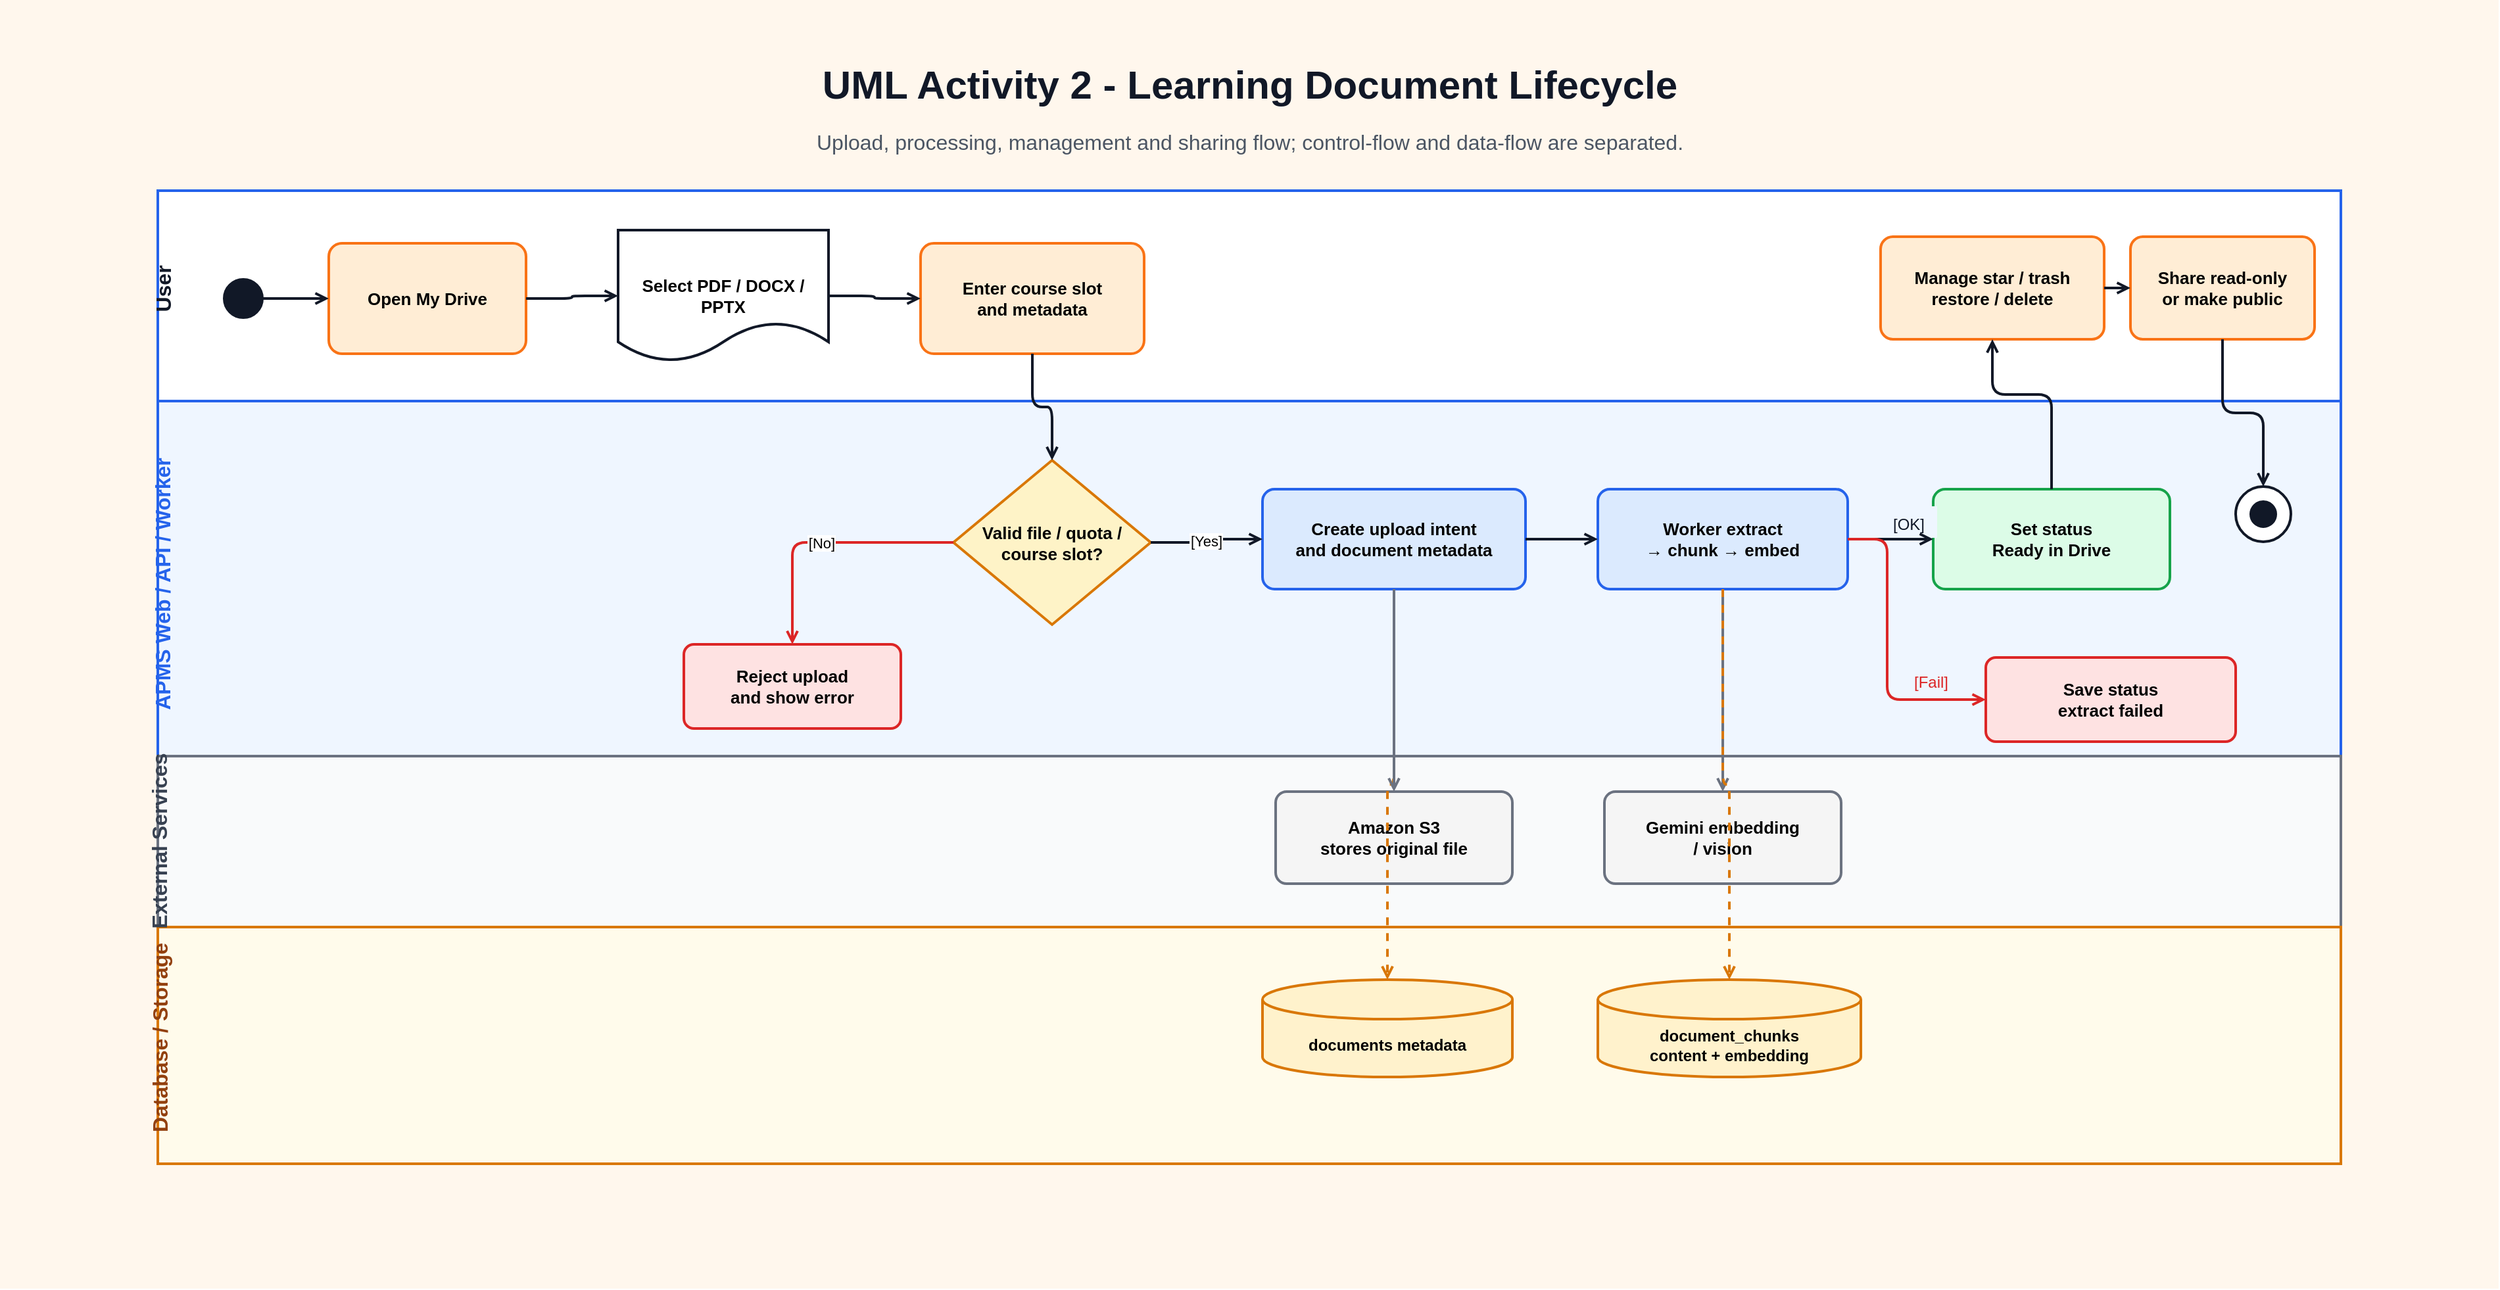
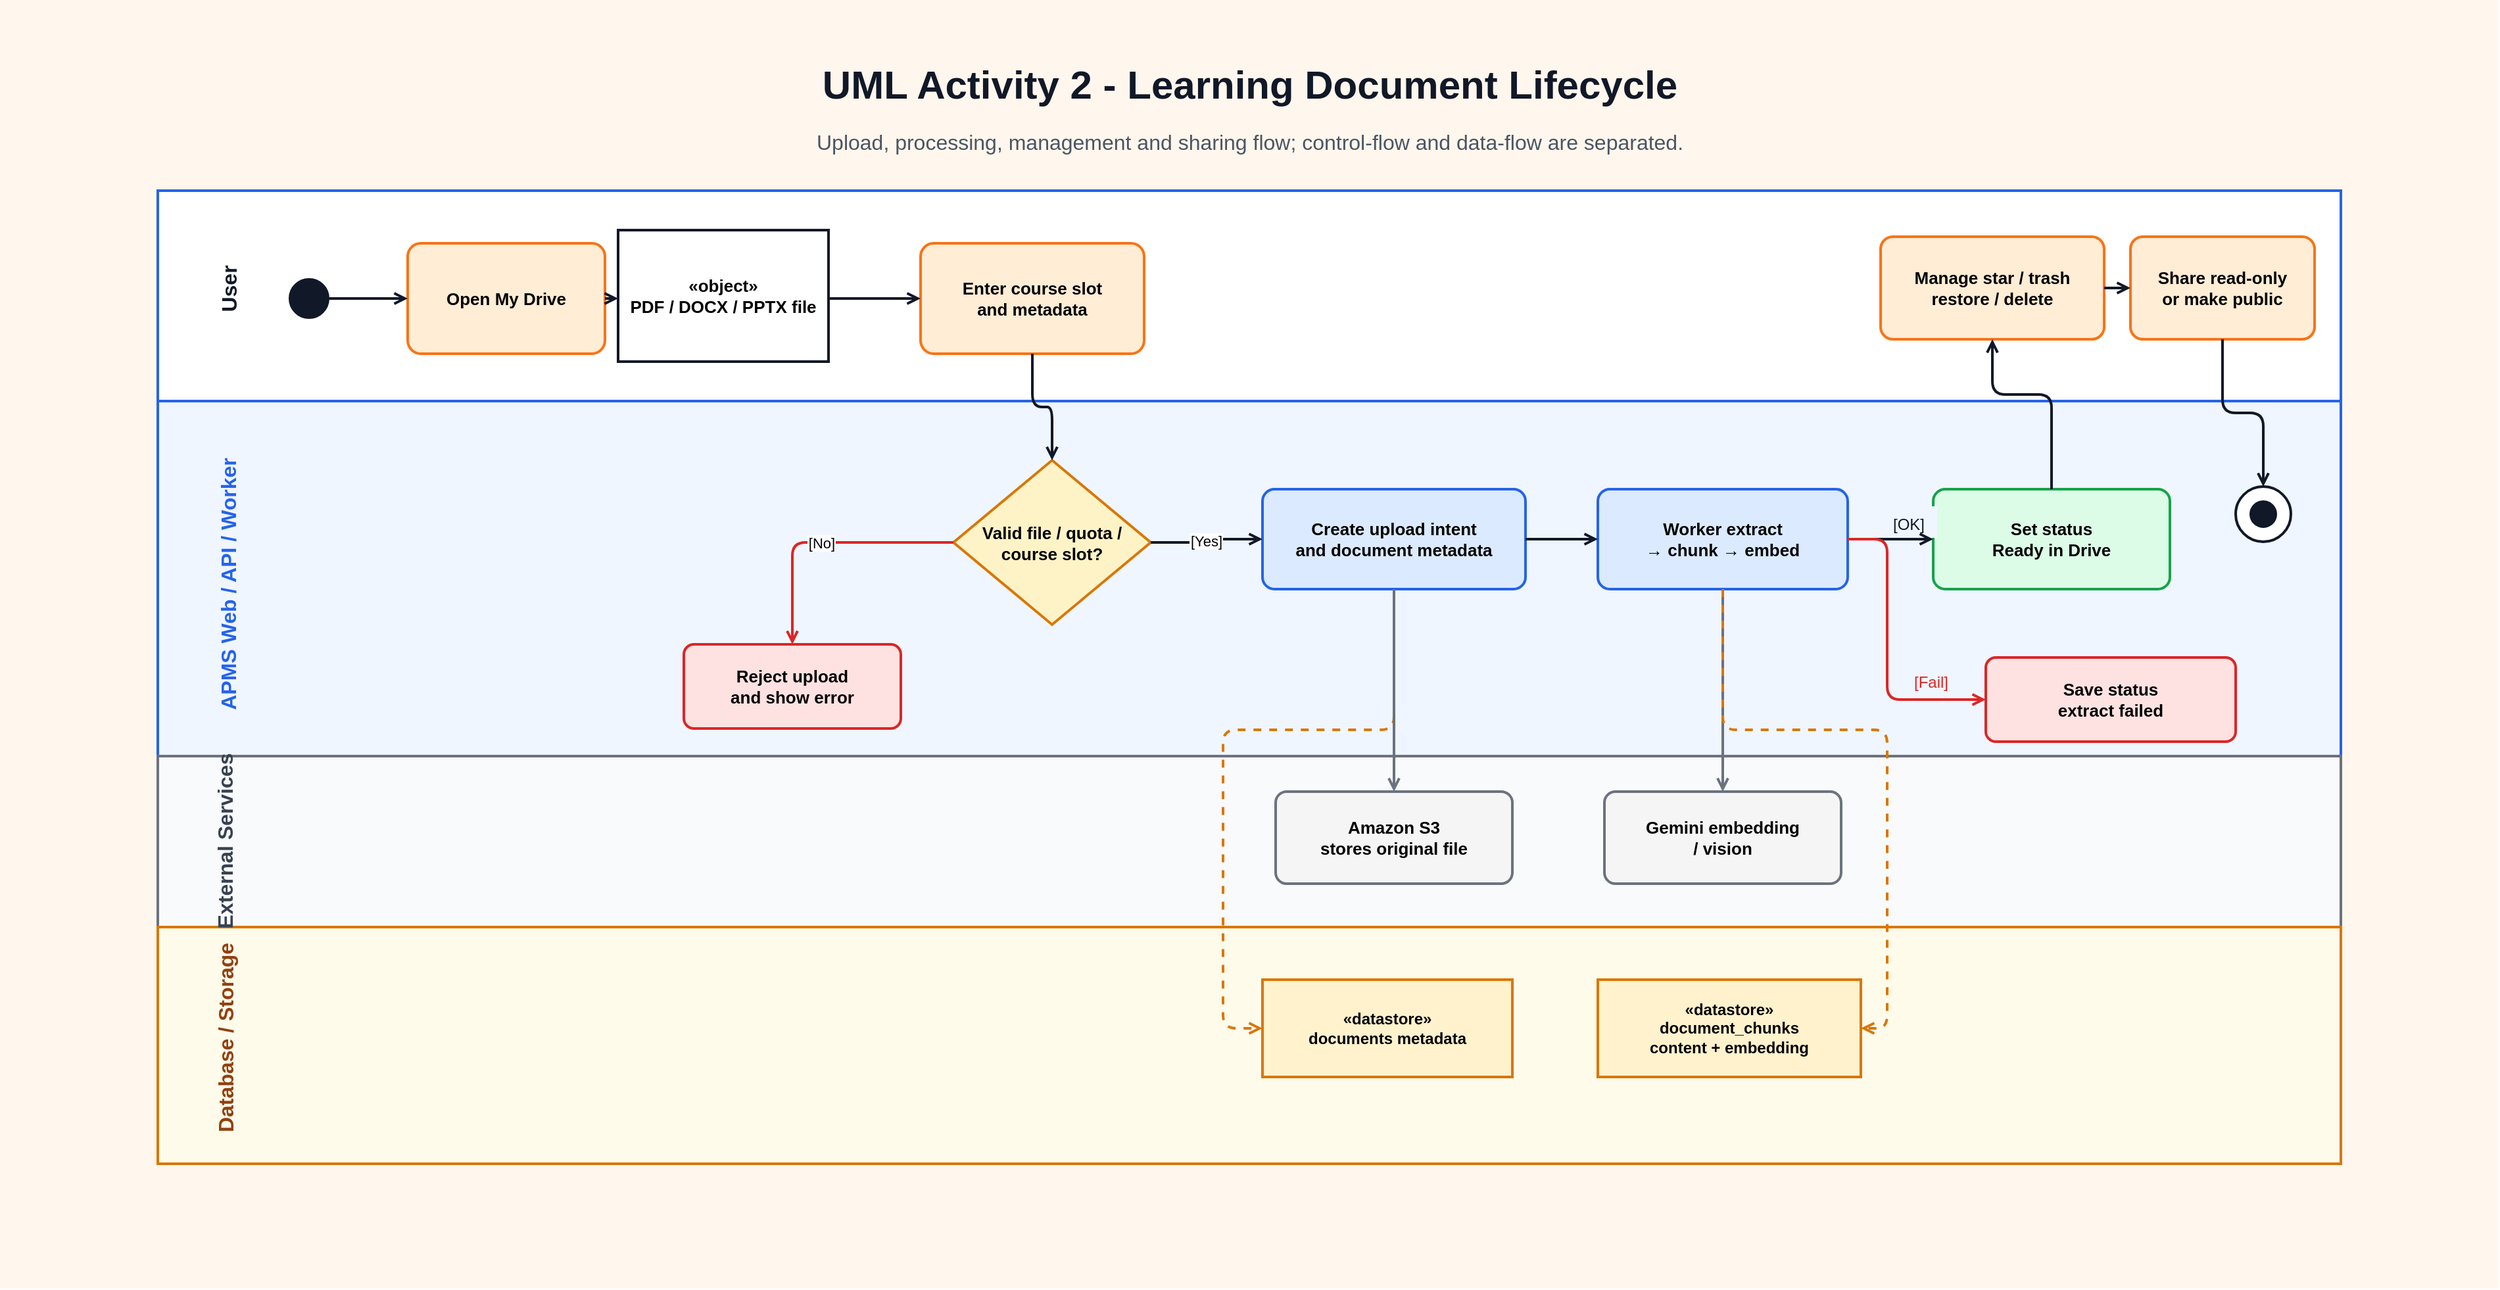
﻿<mxfile host="app.diagrams.net" modified="2026-07-16T00:00:00.000Z" agent="Codex" version="24.7.17">
  <diagram id="apms-main-flow-2-document-lifecycle-activity" name="UML Activity 2">
    <mxGraphModel dx="1900" dy="980" grid="1" gridSize="10" guides="1" tooltips="1" connect="1" arrows="1" fold="1" page="1" pageScale="1" pageWidth="1900" pageHeight="980" math="0" shadow="0">
      <root>
        <mxCell id="0" />
        <mxCell id="1" parent="0" />
        <mxCell id="bg" parent="1" style="rounded=0;whiteSpace=wrap;html=1;fillColor=#fff7ed;strokeColor=none;" value="" vertex="1"><mxGeometry x="0" y="0" width="1900" height="980" as="geometry" /></mxCell>
        <mxCell id="title" parent="1" style="text;html=1;strokeColor=none;fillColor=none;fontSize=30;fontStyle=1;fontColor=#111827;align=center;" value="UML Activity 2 - Learning Document Lifecycle" vertex="1"><mxGeometry x="300" y="40" width="1300" height="48" as="geometry" /></mxCell>
        <mxCell id="subtitle" parent="1" style="text;html=1;strokeColor=none;fillColor=none;fontSize=16;fontColor=#4b5563;align=center;" value="Upload, processing, management and sharing flow; control-flow and data-flow are separated." vertex="1"><mxGeometry x="350" y="92" width="1200" height="28" as="geometry" /></mxCell>

        <mxCell id="frame" parent="1" style="rounded=0;whiteSpace=wrap;html=1;fillColor=#ffffff;strokeColor=#111827;strokeWidth=2;" value="" vertex="1"><mxGeometry x="120" y="145" width="1660" height="740" as="geometry" /></mxCell>
        <mxCell id="laneUser" parent="1" style="rounded=0;whiteSpace=wrap;html=1;fillColor=#ffffff;strokeColor=#2563eb;strokeWidth=2;" value="" vertex="1"><mxGeometry x="120" y="145" width="1660" height="160" as="geometry" /></mxCell>
        <mxCell id="laneApms" parent="1" style="rounded=0;whiteSpace=wrap;html=1;fillColor=#eff6ff;strokeColor=#2563eb;strokeWidth=2;" value="" vertex="1"><mxGeometry x="120" y="305" width="1660" height="270" as="geometry" /></mxCell>
        <mxCell id="laneExt" parent="1" style="rounded=0;whiteSpace=wrap;html=1;fillColor=#f9fafb;strokeColor=#6b7280;strokeWidth=2;" value="" vertex="1"><mxGeometry x="120" y="575" width="1660" height="130" as="geometry" /></mxCell>
        <mxCell id="laneData" parent="1" style="rounded=0;whiteSpace=wrap;html=1;fillColor=#fffbeb;strokeColor=#d97706;strokeWidth=2;" value="" vertex="1"><mxGeometry x="120" y="705" width="1660" height="180" as="geometry" /></mxCell>
-         <mxCell id="l1" parent="1" style="text;html=1;strokeColor=none;fillColor=none;fontSize=16;fontStyle=1;fontColor=#111827;rotation=-90;align=center;" value="User" vertex="1"><mxGeometry x="78" y="205" width="90" height="30" as="geometry" /></mxCell>
-         <mxCell id="l2" parent="1" style="text;html=1;strokeColor=none;fillColor=none;fontSize=16;fontStyle=1;fontColor=#2563eb;rotation=-90;align=center;" value="APMS Web / API / Worker" vertex="1"><mxGeometry x="45" y="430" width="155" height="30" as="geometry" /></mxCell>
-         <mxCell id="l3" parent="1" style="text;html=1;strokeColor=none;fillColor=none;fontSize=16;fontStyle=1;fontColor=#374151;rotation=-90;align=center;" value="External Services" vertex="1"><mxGeometry x="72" y="625" width="96" height="30" as="geometry" /></mxCell>
-         <mxCell id="l4" parent="1" style="text;html=1;strokeColor=none;fillColor=none;fontSize=16;fontStyle=1;fontColor=#92400e;rotation=-90;align=center;" value="Database / Storage" vertex="1"><mxGeometry x="58" y="775" width="125" height="30" as="geometry" /></mxCell>
+         <mxCell id="l1" parent="1" style="text;html=1;strokeColor=none;fillColor=none;fontSize=16;fontStyle=1;fontColor=#111827;rotation=-90;align=center;" value="User" vertex="1"><mxGeometry x="128" y="205" width="90" height="30" as="geometry" /></mxCell>
+         <mxCell id="l2" parent="1" style="text;html=1;strokeColor=none;fillColor=none;fontSize=16;fontStyle=1;fontColor=#2563eb;rotation=-90;align=center;" value="APMS Web / API / Worker" vertex="1"><mxGeometry x="95" y="430" width="155" height="30" as="geometry" /></mxCell>
+         <mxCell id="l3" parent="1" style="text;html=1;strokeColor=none;fillColor=none;fontSize=16;fontStyle=1;fontColor=#374151;rotation=-90;align=center;" value="External Services" vertex="1"><mxGeometry x="122" y="625" width="96" height="30" as="geometry" /></mxCell>
+         <mxCell id="l4" parent="1" style="text;html=1;strokeColor=none;fillColor=none;fontSize=16;fontStyle=1;fontColor=#92400e;rotation=-90;align=center;" value="Database / Storage" vertex="1"><mxGeometry x="108" y="775" width="125" height="30" as="geometry" /></mxCell>

-         <mxCell id="start" parent="1" style="ellipse;html=1;shape=ellipse;fillColor=#111827;strokeColor=#111827;" value="" vertex="1"><mxGeometry x="170" y="212" width="30" height="30" as="geometry" /></mxCell>
-         <mxCell id="drive" parent="1" style="rounded=1;whiteSpace=wrap;html=1;fillColor=#ffedd5;strokeColor=#f97316;strokeWidth=2;arcSize=12;fontSize=13;fontStyle=1;" value="Open My Drive" vertex="1"><mxGeometry x="250" y="185" width="150" height="84" as="geometry" /></mxCell>
-         <mxCell id="file" parent="1" style="shape=document;whiteSpace=wrap;html=1;fillColor=#ffffff;strokeColor=#111827;strokeWidth=2;fontSize=13;fontStyle=1;" value="Select PDF / DOCX / PPTX" vertex="1"><mxGeometry x="470" y="175" width="160" height="100" as="geometry" /></mxCell>
+         <mxCell id="start" parent="1" style="ellipse;html=1;shape=ellipse;fillColor=#111827;strokeColor=#111827;" value="" vertex="1"><mxGeometry x="220" y="212" width="30" height="30" as="geometry" /></mxCell>
+         <mxCell id="drive" parent="1" style="rounded=1;whiteSpace=wrap;html=1;fillColor=#ffedd5;strokeColor=#f97316;strokeWidth=2;arcSize=12;fontSize=13;fontStyle=1;" value="Open My Drive" vertex="1"><mxGeometry x="310" y="185" width="150" height="84" as="geometry" /></mxCell>
+         <mxCell id="file" parent="1" style="rounded=0;whiteSpace=wrap;html=1;fillColor=#ffffff;strokeColor=#111827;strokeWidth=2;fontSize=13;fontStyle=1;" value="&amp;laquo;object&amp;raquo;&lt;br&gt;PDF / DOCX / PPTX file" vertex="1"><mxGeometry x="470" y="175" width="160" height="100" as="geometry" /></mxCell>
        <mxCell id="meta" parent="1" style="rounded=1;whiteSpace=wrap;html=1;fillColor=#ffedd5;strokeColor=#f97316;strokeWidth=2;arcSize=12;fontSize=13;fontStyle=1;" value="Enter course slot&lt;br&gt;and metadata" vertex="1"><mxGeometry x="700" y="185" width="170" height="84" as="geometry" /></mxCell>
        <mxCell id="validate" parent="1" style="rhombus;whiteSpace=wrap;html=1;fillColor=#fef3c7;strokeColor=#d97706;strokeWidth=2;fontSize=13;fontStyle=1;" value="Valid file / quota /&lt;br&gt;course slot?" vertex="1"><mxGeometry x="725" y="350" width="150" height="125" as="geometry" /></mxCell>
        <mxCell id="reject" parent="1" style="rounded=1;whiteSpace=wrap;html=1;fillColor=#fee2e2;strokeColor=#dc2626;strokeWidth=2;arcSize=12;fontSize=13;fontStyle=1;" value="Reject upload&lt;br&gt;and show error" vertex="1"><mxGeometry x="520" y="490" width="165" height="64" as="geometry" /></mxCell>
        <mxCell id="intent" parent="1" style="rounded=1;whiteSpace=wrap;html=1;fillColor=#dbeafe;strokeColor=#2563eb;strokeWidth=2;arcSize=12;fontSize=13;fontStyle=1;" value="Create upload intent&lt;br&gt;and document metadata" vertex="1"><mxGeometry x="960" y="372" width="200" height="76" as="geometry" /></mxCell>
        <mxCell id="s3" parent="1" style="rounded=1;whiteSpace=wrap;html=1;fillColor=#f5f5f5;strokeColor=#6b7280;strokeWidth=2;arcSize=12;fontSize=13;fontStyle=1;" value="Amazon S3&lt;br&gt;stores original file" vertex="1"><mxGeometry x="970" y="602" width="180" height="70" as="geometry" /></mxCell>
        <mxCell id="worker" parent="1" style="rounded=1;whiteSpace=wrap;html=1;fillColor=#dbeafe;strokeColor=#2563eb;strokeWidth=2;arcSize=12;fontSize=13;fontStyle=1;" value="Worker extract&lt;br&gt;→ chunk → embed" vertex="1"><mxGeometry x="1215" y="372" width="190" height="76" as="geometry" /></mxCell>
        <mxCell id="gemini" parent="1" style="rounded=1;whiteSpace=wrap;html=1;fillColor=#f5f5f5;strokeColor=#6b7280;strokeWidth=2;arcSize=12;fontSize=13;fontStyle=1;" value="Gemini embedding&lt;br&gt;/ vision" vertex="1"><mxGeometry x="1220" y="602" width="180" height="70" as="geometry" /></mxCell>
        <mxCell id="ready" parent="1" style="rounded=1;whiteSpace=wrap;html=1;fillColor=#dcfce7;strokeColor=#16a34a;strokeWidth=2;arcSize=12;fontSize=13;fontStyle=1;" value="Set status&lt;br&gt;Ready in Drive" vertex="1"><mxGeometry x="1470" y="372" width="180" height="76" as="geometry" /></mxCell>
        <mxCell id="fail" parent="1" style="rounded=1;whiteSpace=wrap;html=1;fillColor=#fee2e2;strokeColor=#dc2626;strokeWidth=2;arcSize=12;fontSize=13;fontStyle=1;" value="Save status&lt;br&gt;extract failed" vertex="1"><mxGeometry x="1510" y="500" width="190" height="64" as="geometry" /></mxCell>
        <mxCell id="manage" parent="1" style="rounded=1;whiteSpace=wrap;html=1;fillColor=#ffedd5;strokeColor=#f97316;strokeWidth=2;arcSize=12;fontSize=13;fontStyle=1;" value="Manage star / trash&lt;br&gt;restore / delete" vertex="1"><mxGeometry x="1430" y="180" width="170" height="78" as="geometry" /></mxCell>
        <mxCell id="share" parent="1" style="rounded=1;whiteSpace=wrap;html=1;fillColor=#ffedd5;strokeColor=#f97316;strokeWidth=2;arcSize=12;fontSize=13;fontStyle=1;" value="Share read-only&lt;br&gt;or make public" vertex="1"><mxGeometry x="1620" y="180" width="140" height="78" as="geometry" /></mxCell>
        <mxCell id="endOuter" parent="1" style="ellipse;html=1;shape=ellipse;fillColor=#ffffff;strokeColor=#111827;strokeWidth=2;" value="" vertex="1"><mxGeometry x="1700" y="370" width="42" height="42" as="geometry" /></mxCell>
        <mxCell id="endInner" parent="1" style="ellipse;html=1;shape=ellipse;fillColor=#111827;strokeColor=#111827;" value="" vertex="1"><mxGeometry x="1711" y="381" width="20" height="20" as="geometry" /></mxCell>

-         <mxCell id="docs" parent="1" style="shape=cylinder3;whiteSpace=wrap;html=1;boundedLbl=1;backgroundOutline=1;size=15;fillColor=#fff2cc;strokeColor=#d97706;strokeWidth=2;fontSize=12;fontStyle=1;" value="documents metadata" vertex="1"><mxGeometry x="960" y="745" width="190" height="74" as="geometry" /></mxCell>
-         <mxCell id="chunks" parent="1" style="shape=cylinder3;whiteSpace=wrap;html=1;boundedLbl=1;backgroundOutline=1;size=15;fillColor=#fff2cc;strokeColor=#d97706;strokeWidth=2;fontSize=12;fontStyle=1;" value="document_chunks&lt;br&gt;content + embedding" vertex="1"><mxGeometry x="1215" y="745" width="200" height="74" as="geometry" /></mxCell>
+         <mxCell id="docs" parent="1" style="rounded=0;whiteSpace=wrap;html=1;fillColor=#fff2cc;strokeColor=#d97706;strokeWidth=2;fontSize=12;fontStyle=1;" value="&amp;laquo;datastore&amp;raquo;&lt;br&gt;documents metadata" vertex="1"><mxGeometry x="960" y="745" width="190" height="74" as="geometry" /></mxCell>
+         <mxCell id="chunks" parent="1" style="rounded=0;whiteSpace=wrap;html=1;fillColor=#fff2cc;strokeColor=#d97706;strokeWidth=2;fontSize=12;fontStyle=1;" value="&amp;laquo;datastore&amp;raquo;&lt;br&gt;document_chunks&lt;br&gt;content + embedding" vertex="1"><mxGeometry x="1215" y="745" width="200" height="74" as="geometry" /></mxCell>

-         <mxCell id="e1" parent="1" style="edgeStyle=orthogonalEdgeStyle;rounded=1;strokeColor=#111827;strokeWidth=2;endArrow=open;" value="" edge="1" source="start" target="drive"><mxGeometry relative="1" as="geometry" /></mxCell>
-         <mxCell id="e2" parent="1" style="edgeStyle=orthogonalEdgeStyle;rounded=1;strokeColor=#111827;strokeWidth=2;endArrow=open;" value="" edge="1" source="drive" target="file"><mxGeometry relative="1" as="geometry" /></mxCell>
-         <mxCell id="e3" parent="1" style="edgeStyle=orthogonalEdgeStyle;rounded=1;strokeColor=#111827;strokeWidth=2;endArrow=open;" value="" edge="1" source="file" target="meta"><mxGeometry relative="1" as="geometry" /></mxCell>
+         <mxCell id="e1" parent="1" style="edgeStyle=orthogonalEdgeStyle;rounded=1;strokeColor=#111827;strokeWidth=2;endArrow=open;" value="" edge="1">
+           <mxGeometry relative="1" as="geometry">
+             <mxPoint x="250" y="227" as="sourcePoint" />
+             <mxPoint x="310" y="227" as="targetPoint" />
+           </mxGeometry>
+         </mxCell>
+         <mxCell id="e2" parent="1" style="edgeStyle=orthogonalEdgeStyle;rounded=1;strokeColor=#111827;strokeWidth=2;endArrow=open;" value="" edge="1">
+           <mxGeometry relative="1" as="geometry">
+             <mxPoint x="460" y="227" as="sourcePoint" />
+             <mxPoint x="470" y="227" as="targetPoint" />
+           </mxGeometry>
+         </mxCell>
+         <mxCell id="e3" parent="1" style="edgeStyle=orthogonalEdgeStyle;rounded=1;strokeColor=#111827;strokeWidth=2;endArrow=open;" value="" edge="1">
+           <mxGeometry relative="1" as="geometry">
+             <mxPoint x="630" y="227" as="sourcePoint" />
+             <mxPoint x="700" y="227" as="targetPoint" />
+           </mxGeometry>
+         </mxCell>
        <mxCell id="e4" parent="1" style="edgeStyle=orthogonalEdgeStyle;rounded=1;strokeColor=#111827;strokeWidth=2;endArrow=open;" value="" edge="1" source="meta" target="validate"><mxGeometry relative="1" as="geometry" /></mxCell>
        <mxCell id="e5" parent="1" style="edgeStyle=orthogonalEdgeStyle;rounded=1;strokeColor=#dc2626;strokeWidth=2;endArrow=open;" value="[No]" edge="1" source="validate" target="reject"><mxGeometry relative="1" as="geometry" /></mxCell>
        <mxCell id="e6" parent="1" style="edgeStyle=orthogonalEdgeStyle;rounded=1;strokeColor=#111827;strokeWidth=2;endArrow=open;" value="[Yes]" edge="1" source="validate" target="intent"><mxGeometry relative="1" as="geometry" /></mxCell>
        <mxCell id="e7" parent="1" style="edgeStyle=orthogonalEdgeStyle;rounded=1;strokeColor=#111827;strokeWidth=2;endArrow=open;" value="" edge="1" source="intent" target="worker"><mxGeometry relative="1" as="geometry" /></mxCell>
        <mxCell id="okLabel" parent="1" style="text;html=1;strokeColor=none;fillColor=#eff6ff;fontSize=12;fontColor=#111827;align=center;" value="[OK]" vertex="1"><mxGeometry x="1428" y="385" width="45" height="24" as="geometry" /></mxCell>
        <mxCell id="failLabel" parent="1" style="text;html=1;strokeColor=none;fillColor=#eff6ff;fontSize=12;fontColor=#dc2626;align=center;" value="[Fail]" vertex="1"><mxGeometry x="1440" y="505" width="55" height="24" as="geometry" /></mxCell>
        <mxCell id="e8" parent="1" style="edgeStyle=orthogonalEdgeStyle;rounded=1;strokeColor=#111827;strokeWidth=2;endArrow=open;" value="" edge="1" source="worker" target="ready"><mxGeometry relative="1" as="geometry" /></mxCell>
        <mxCell id="e9" parent="1" style="edgeStyle=orthogonalEdgeStyle;rounded=1;strokeColor=#dc2626;strokeWidth=2;endArrow=open;" value="" edge="1" source="worker" target="fail"><mxGeometry relative="1" as="geometry"><Array as="points"><mxPoint x="1435" y="410" /><mxPoint x="1435" y="532" /></Array></mxGeometry></mxCell>
        <mxCell id="e10" parent="1" style="edgeStyle=orthogonalEdgeStyle;rounded=1;strokeColor=#111827;strokeWidth=2;endArrow=open;" value="" edge="1" source="ready" target="manage"><mxGeometry relative="1" as="geometry"><Array as="points"><mxPoint x="1560" y="300" /></Array></mxGeometry></mxCell>
        <mxCell id="e11" parent="1" style="edgeStyle=orthogonalEdgeStyle;rounded=1;strokeColor=#111827;strokeWidth=2;endArrow=open;" value="" edge="1" source="manage" target="share"><mxGeometry relative="1" as="geometry" /></mxCell>
        <mxCell id="e12" parent="1" style="edgeStyle=orthogonalEdgeStyle;rounded=1;strokeColor=#111827;strokeWidth=2;endArrow=open;" value="" edge="1" source="share" target="endOuter"><mxGeometry relative="1" as="geometry" /></mxCell>

-         <mxCell id="d1" parent="1" style="edgeStyle=orthogonalEdgeStyle;rounded=1;strokeColor=#d97706;strokeWidth=2;dashed=1;endArrow=open;" value="" edge="1" source="intent" target="docs"><mxGeometry relative="1" as="geometry" /></mxCell>
+         <mxCell id="d1" parent="1" style="edgeStyle=orthogonalEdgeStyle;rounded=1;strokeColor=#d97706;strokeWidth=2;dashed=1;endArrow=open;" value="" edge="1" source="intent" target="docs"><mxGeometry relative="1" as="geometry"><Array as="points"><mxPoint x="930" y="555" /><mxPoint x="930" y="782" /></Array></mxGeometry></mxCell>
        <mxCell id="d2" parent="1" style="edgeStyle=orthogonalEdgeStyle;rounded=1;strokeColor=#6b7280;strokeWidth=2;endArrow=open;" value="" edge="1" source="intent" target="s3"><mxGeometry relative="1" as="geometry" /></mxCell>
        <mxCell id="d3" parent="1" style="edgeStyle=orthogonalEdgeStyle;rounded=1;strokeColor=#6b7280;strokeWidth=2;endArrow=open;" value="" edge="1" source="worker" target="gemini"><mxGeometry relative="1" as="geometry" /></mxCell>
-         <mxCell id="d4" parent="1" style="edgeStyle=orthogonalEdgeStyle;rounded=1;strokeColor=#d97706;strokeWidth=2;dashed=1;endArrow=open;" value="" edge="1" source="worker" target="chunks"><mxGeometry relative="1" as="geometry" /></mxCell>
+         <mxCell id="d4" parent="1" style="edgeStyle=orthogonalEdgeStyle;rounded=1;strokeColor=#d97706;strokeWidth=2;dashed=1;endArrow=open;" value="" edge="1" source="worker" target="chunks"><mxGeometry relative="1" as="geometry"><Array as="points"><mxPoint x="1435" y="555" /><mxPoint x="1435" y="782" /></Array></mxGeometry></mxCell>
      </root>
    </mxGraphModel>
  </diagram>
</mxfile>
